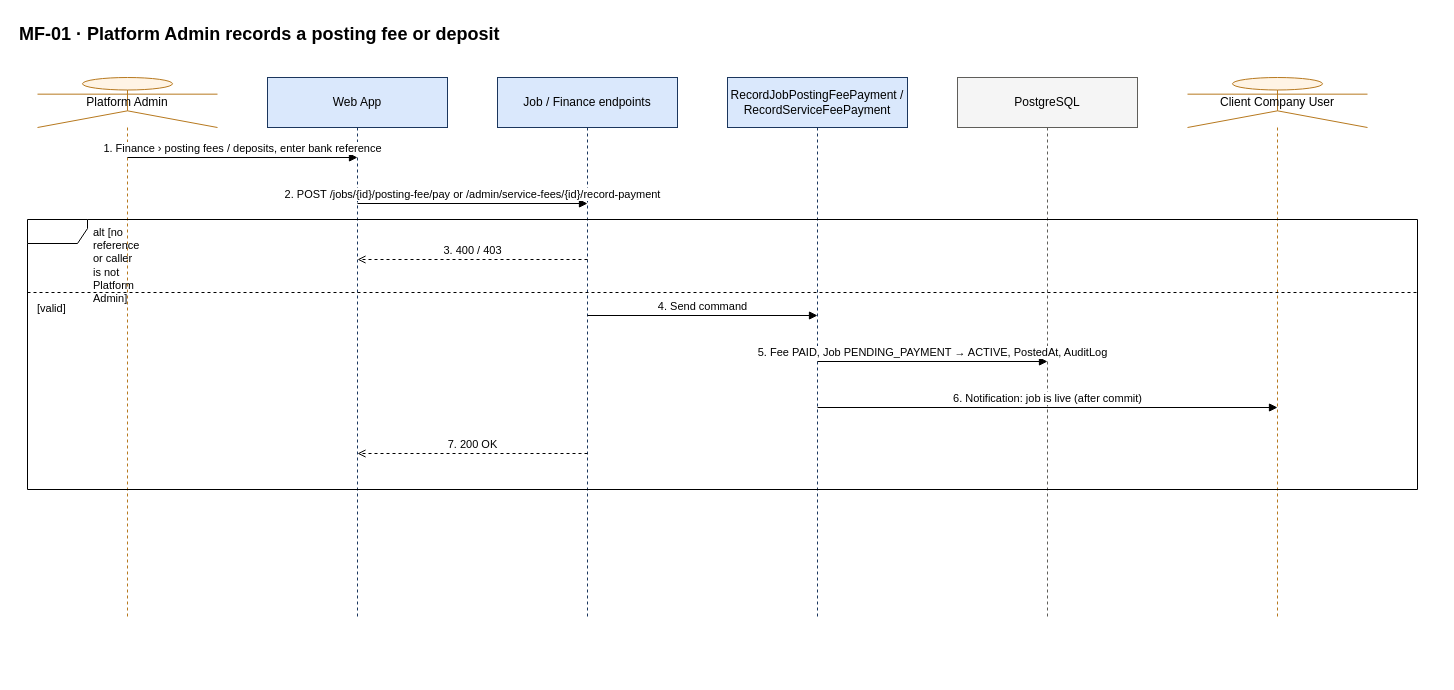
This is docs/diagrams/sequences/source/seq-mf01-posting-fee-activation.drawio from hoangqui794/hr-connect, a draw.io file, before an edit. Source tidied: cells renumbered, new cells numbered last; positions are measured from the earlier drawing's top-left corner, leaving out a move shared by most shapes. Both pictures are drawn from the tidied source at 100%, with x=0, y=0 at pixel (17, 17).
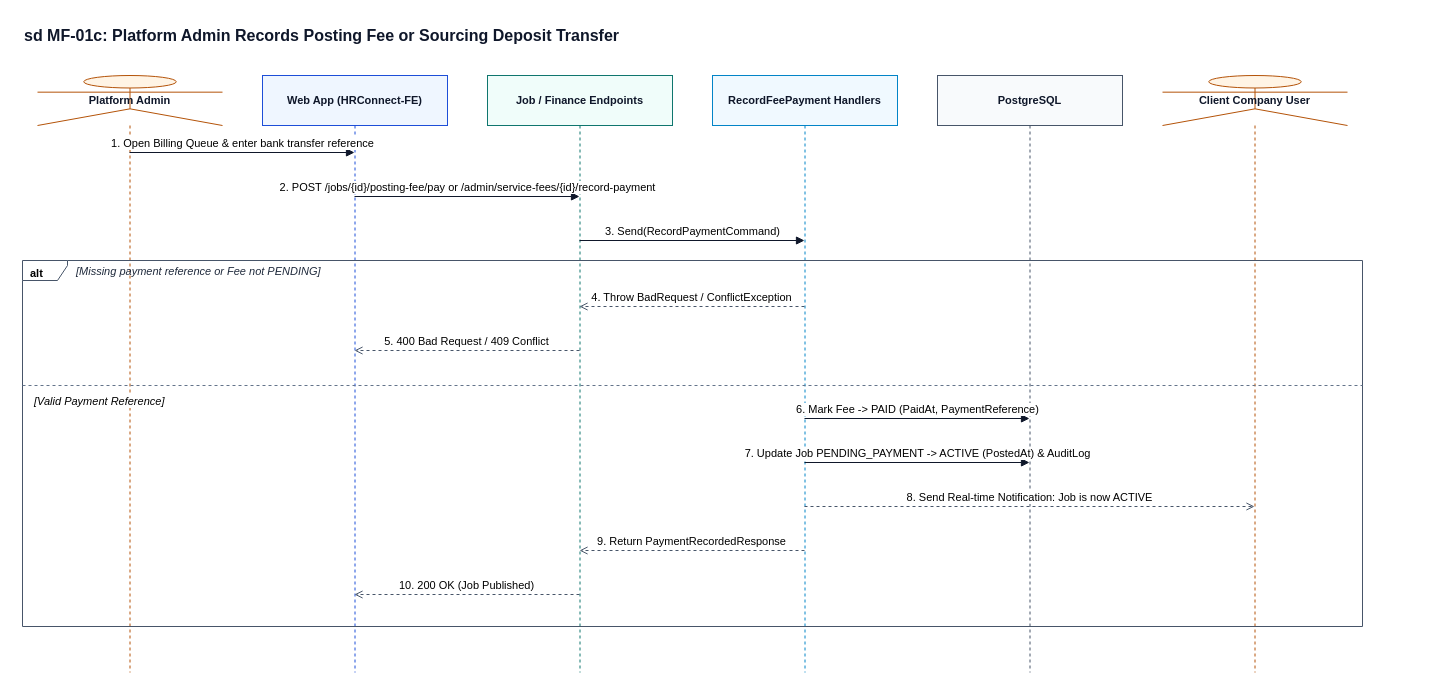
The same diagram, later.

What changed in the source:
```diff
@@
-    <mxCell id="2" value="MF-01 · Platform Admin records a posting fee or deposit" style="text;html=1;fontSize=18;fontStyle=1;align=left;" parent="1" vertex="1">
-      <mxGeometry width="1420" height="30" as="geometry" />
+    <mxCell id="2" value="sd MF-01c: Platform Admin Records Posting Fee or Sourcing Deposit Transfer" style="text;html=1;fontSize=16;fontStyle=1;align=left;fontFamily=Helvetica;fontColor=#0F172A;" parent="1" vertex="1">
+      <mxGeometry x="5" y="2" width="1350" height="28" as="geometry" />
     </mxCell>
-    <mxCell id="3" value="Platform Admin" style="shape=umlLifeline;participant=umlActor;perimeter=lifelinePerimeter;whiteSpace=wrap;html=1;size=50;fillColor=#FFF4E5;strokeColor=#B7791F;" parent="1" vertex="1">
-      <mxGeometry x="20" y="60" width="180" height="540" as="geometry" />
+    <mxCell id="3" value="Platform Admin" style="shape=umlLifeline;participant=umlActor;perimeter=lifelinePerimeter;whiteSpace=wrap;html=1;size=50;fillColor=#FFF4E5;strokeColor=#B45309;fontStyle=1;fontSize=11;fontFamily=Helvetica;fontColor=#0F172A;" parent="1" vertex="1">
+      <mxGeometry x="20" y="58" width="185" height="597" as="geometry" />
     </mxCell>
-    <mxCell id="4" value="Web App" style="shape=umlLifeline;perimeter=lifelinePerimeter;whiteSpace=wrap;html=1;size=50;fillColor=#DAE8FC;strokeColor=#1B365D;" parent="1" vertex="1">
-      <mxGeometry x="250" y="60" width="180" height="540" as="geometry" />
+    <mxCell id="4" value="Web App (HRConnect-FE)" style="shape=umlLifeline;perimeter=lifelinePerimeter;whiteSpace=wrap;html=1;size=50;fillColor=#EFF6FF;strokeColor=#1D4ED8;fontStyle=1;fontSize=11;fontFamily=Helvetica;fontColor=#0F172A;" parent="1" vertex="1">
+      <mxGeometry x="245" y="58" width="185" height="597" as="geometry" />
     </mxCell>
-    <mxCell id="5" value="Job / Finance endpoints" style="shape=umlLifeline;perimeter=lifelinePerimeter;whiteSpace=wrap;html=1;size=50;fillColor=#DAE8FC;strokeColor=#1B365D;" parent="1" vertex="1">
-      <mxGeometry x="480" y="60" width="180" height="540" as="geometry" />
+    <mxCell id="5" value="Job / Finance Endpoints" style="shape=umlLifeline;perimeter=lifelinePerimeter;whiteSpace=wrap;html=1;size=50;fillColor=#F0FDFA;strokeColor=#0F766E;fontStyle=1;fontSize=11;fontFamily=Helvetica;fontColor=#0F172A;" parent="1" vertex="1">
+      <mxGeometry x="470" y="58" width="185" height="597" as="geometry" />
     </mxCell>
-    <mxCell id="6" value="RecordJobPostingFeePayment / RecordServiceFeePayment" style="shape=umlLifeline;perimeter=lifelinePerimeter;whiteSpace=wrap;html=1;size=50;fillColor=#DAE8FC;strokeColor=#1B365D;" parent="1" vertex="1">
-      <mxGeometry x="710" y="60" width="180" height="540" as="geometry" />
+    <mxCell id="6" value="RecordFeePayment Handlers" style="shape=umlLifeline;perimeter=lifelinePerimeter;whiteSpace=wrap;html=1;size=50;fillColor=#F0F9FF;strokeColor=#0284C7;fontStyle=1;fontSize=11;fontFamily=Helvetica;fontColor=#0F172A;" parent="1" vertex="1">
+      <mxGeometry x="695" y="58" width="185" height="597" as="geometry" />
     </mxCell>
-    <mxCell id="7" value="PostgreSQL" style="shape=umlLifeline;perimeter=lifelinePerimeter;whiteSpace=wrap;html=1;size=50;fillColor=#F5F5F5;strokeColor=#5F5E5A;" parent="1" vertex="1">
-      <mxGeometry x="940" y="60" width="180" height="540" as="geometry" />
+    <mxCell id="7" value="PostgreSQL" style="shape=umlLifeline;perimeter=lifelinePerimeter;whiteSpace=wrap;html=1;size=50;fillColor=#F8FAFC;strokeColor=#475569;fontStyle=1;fontSize=11;fontFamily=Helvetica;fontColor=#0F172A;" parent="1" vertex="1">
+      <mxGeometry x="920" y="58" width="185" height="597" as="geometry" />
     </mxCell>
-    <mxCell id="8" value="Client Company User" style="shape=umlLifeline;participant=umlActor;perimeter=lifelinePerimeter;whiteSpace=wrap;html=1;size=50;fillColor=#FFF4E5;strokeColor=#B7791F;" parent="1" vertex="1">
-      <mxGeometry x="1170" y="60" width="180" height="540" as="geometry" />
+    <mxCell id="8" value="Client Company User" style="shape=umlLifeline;participant=umlActor;perimeter=lifelinePerimeter;whiteSpace=wrap;html=1;size=50;fillColor=#FFF4E5;strokeColor=#B45309;fontStyle=1;fontSize=11;fontFamily=Helvetica;fontColor=#0F172A;" parent="1" vertex="1">
+      <mxGeometry x="1145" y="58" width="185" height="597" as="geometry" />
     </mxCell>
-    <mxCell id="9" value="1. Finance › posting fees / deposits, enter bank reference" style="html=1;verticalAlign=bottom;endArrow=block;endFill=1;fontSize=11;labelBackgroundColor=#FFFFFF;" parent="1" edge="1">
-      <mxGeometry relative="1" as="geometry">
-        <mxPoint x="110" y="140" as="sourcePoint" />
-        <mxPoint x="340" y="140" as="targetPoint" />
-      </mxGeometry>
-    </mxCell>
+    <mxCell id="18" value="alt" style="shape=umlFrame;whiteSpace=wrap;html=1;width=45;height=20;boundedLbl=1;verticalAlign=top;align=left;spacingLeft=6;fontStyle=1;fontSize=11;fontFamily=Helvetica;fillColor=none;strokeColor=#475569;" parent="1" vertex="1">
+      <mxGeometry x="5" y="243" width="1340" height="366" as="geometry" />
+    </mxCell>
+    <mxCell id="19" value="[Missing payment reference or Fee not PENDING]" style="text;html=1;align=left;verticalAlign=middle;fontStyle=2;fontSize=11;fontFamily=Helvetica;fontColor=#1E293B;" parent="1" vertex="1">
+      <mxGeometry x="57" y="244" width="450" height="20" as="geometry" />
+    </mxCell>
+    <mxCell id="20" value="[Valid Payment Reference]" style="line;strokeWidth=1;dashed=1;html=1;align=left;verticalAlign=top;spacingLeft=10;labelPosition=center;fontStyle=2;fontSize=11;fontFamily=Helvetica;fillColor=none;strokeColor=#64748B;labelBackgroundColor=#FFFFFF;" parent="1" vertex="1">
+      <mxGeometry x="5" y="363" width="1340" height="10" as="geometry" />
+    </mxCell>
+    <mxCell id="21" value="1. Open Billing Queue &amp; enter bank transfer reference" style="html=1;verticalAlign=bottom;endArrow=block;endFill=1;strokeColor=#0F172A;fontSize=11;fontFamily=Helvetica;labelBackgroundColor=#FFFFFF;" parent="1" edge="1">
+      <mxGeometry relative="1" as="geometry">
+        <mxPoint x="112" y="135" as="sourcePoint" />
+        <mxPoint x="337" y="135" as="targetPoint" />
+      </mxGeometry>
+    </mxCell>
-    <mxCell id="10" value="2. POST /jobs/{id}/posting-fee/pay or /admin/service-fees/{id}/record-payment" style="html=1;verticalAlign=bottom;endArrow=block;endFill=1;fontSize=11;labelBackgroundColor=#FFFFFF;" parent="1" edge="1">
+    <mxCell id="10" value="2. POST /jobs/{id}/posting-fee/pay or /admin/service-fees/{id}/record-payment" style="html=1;verticalAlign=bottom;endArrow=block;endFill=1;strokeColor=#0F172A;fontSize=11;fontFamily=Helvetica;labelBackgroundColor=#FFFFFF;" parent="1" edge="1">
       <mxGeometry relative="1" as="geometry">
-        <mxPoint x="340" y="186" as="sourcePoint" />
-        <mxPoint x="570" y="186" as="targetPoint" />
+        <mxPoint x="337" y="179" as="sourcePoint" />
+        <mxPoint x="562" y="179" as="targetPoint" />
       </mxGeometry>
     </mxCell>
-    <mxCell id="11" value="3. 400 / 403" style="html=1;verticalAlign=bottom;dashed=1;endArrow=open;fontSize=11;labelBackgroundColor=#FFFFFF;" parent="1" edge="1">
-      <mxGeometry relative="1" as="geometry">
-        <mxPoint x="570" y="242" as="sourcePoint" />
-        <mxPoint x="340" y="242" as="targetPoint" />
-      </mxGeometry>
-    </mxCell>
-    <mxCell id="12" value="4. Send command" style="html=1;verticalAlign=bottom;endArrow=block;endFill=1;fontSize=11;labelBackgroundColor=#FFFFFF;" parent="1" edge="1">
-      <mxGeometry relative="1" as="geometry">
-        <mxPoint x="570" y="298" as="sourcePoint" />
-        <mxPoint x="800" y="298" as="targetPoint" />
-      </mxGeometry>
-    </mxCell>
-    <mxCell id="13" value="5. Fee PAID, Job PENDING_PAYMENT → ACTIVE, PostedAt, AuditLog" style="html=1;verticalAlign=bottom;endArrow=block;endFill=1;fontSize=11;labelBackgroundColor=#FFFFFF;" parent="1" edge="1">
-      <mxGeometry relative="1" as="geometry">
-        <mxPoint x="800" y="344" as="sourcePoint" />
-        <mxPoint x="1030" y="344" as="targetPoint" />
-      </mxGeometry>
-    </mxCell>
-    <mxCell id="14" value="6. Notification: job is live (after commit)" style="html=1;verticalAlign=bottom;endArrow=block;endFill=1;fontSize=11;labelBackgroundColor=#FFFFFF;" parent="1" edge="1">
-      <mxGeometry relative="1" as="geometry">
-        <mxPoint x="800" y="390" as="sourcePoint" />
-        <mxPoint x="1260" y="390" as="targetPoint" />
-      </mxGeometry>
-    </mxCell>
-    <mxCell id="15" value="7. 200 OK" style="html=1;verticalAlign=bottom;dashed=1;endArrow=open;fontSize=11;labelBackgroundColor=#FFFFFF;" parent="1" edge="1">
-      <mxGeometry relative="1" as="geometry">
-        <mxPoint x="570" y="436" as="sourcePoint" />
-        <mxPoint x="340" y="436" as="targetPoint" />
-      </mxGeometry>
-    </mxCell>
-    <mxCell id="16" value="alt [no reference or caller is not Platform Admin]" style="shape=umlFrame;whiteSpace=wrap;html=1;width=60;height=24;boundedLbl=1;verticalAlign=top;align=left;spacingLeft=64;fontSize=11;fillColor=none;" parent="1" vertex="1">
-      <mxGeometry x="10" y="202" width="1390" height="270" as="geometry" />
-    </mxCell>
-    <mxCell id="17" value="[valid]" style="line;strokeWidth=1;dashed=1;html=1;align=left;verticalAlign=top;spacingLeft=8;labelPosition=center;fontSize=11;fillColor=none;" parent="1" vertex="1">
-      <mxGeometry x="10" y="270" width="1390" height="10" as="geometry" />
-    </mxCell>
+    <mxCell id="22" value="3. Send(RecordPaymentCommand)" style="html=1;verticalAlign=bottom;endArrow=block;endFill=1;strokeColor=#0F172A;fontSize=11;fontFamily=Helvetica;labelBackgroundColor=#FFFFFF;" parent="1" edge="1">
+      <mxGeometry relative="1" as="geometry">
+        <mxPoint x="562" y="223" as="sourcePoint" />
+        <mxPoint x="787" y="223" as="targetPoint" />
+      </mxGeometry>
+    </mxCell>
+    <mxCell id="23" value="4. Throw BadRequest / ConflictException" style="html=1;verticalAlign=bottom;dashed=1;endArrow=open;endFill=0;strokeColor=#475569;fontSize=11;fontFamily=Helvetica;labelBackgroundColor=#FFFFFF;" parent="1" edge="1">
+      <mxGeometry relative="1" as="geometry">
+        <mxPoint x="787" y="289" as="sourcePoint" />
+        <mxPoint x="562" y="289" as="targetPoint" />
+      </mxGeometry>
+    </mxCell>
+    <mxCell id="24" value="5. 400 Bad Request / 409 Conflict" style="html=1;verticalAlign=bottom;dashed=1;endArrow=open;endFill=0;strokeColor=#475569;fontSize=11;fontFamily=Helvetica;labelBackgroundColor=#FFFFFF;" parent="1" edge="1">
+      <mxGeometry relative="1" as="geometry">
+        <mxPoint x="562" y="333" as="sourcePoint" />
+        <mxPoint x="337" y="333" as="targetPoint" />
+      </mxGeometry>
+    </mxCell>
+    <mxCell id="25" value="6. Mark Fee -&gt; PAID (PaidAt, PaymentReference)" style="html=1;verticalAlign=bottom;endArrow=block;endFill=1;strokeColor=#0F172A;fontSize=11;fontFamily=Helvetica;labelBackgroundColor=#FFFFFF;" parent="1" edge="1">
+      <mxGeometry relative="1" as="geometry">
+        <mxPoint x="787" y="401" as="sourcePoint" />
+        <mxPoint x="1012" y="401" as="targetPoint" />
+      </mxGeometry>
+    </mxCell>
+    <mxCell id="26" value="7. Update Job PENDING_PAYMENT -&gt; ACTIVE (PostedAt) &amp; AuditLog" style="html=1;verticalAlign=bottom;endArrow=block;endFill=1;strokeColor=#0F172A;fontSize=11;fontFamily=Helvetica;labelBackgroundColor=#FFFFFF;" parent="1" edge="1">
+      <mxGeometry relative="1" as="geometry">
+        <mxPoint x="787" y="445" as="sourcePoint" />
+        <mxPoint x="1012" y="445" as="targetPoint" />
+      </mxGeometry>
+    </mxCell>
+    <mxCell id="27" value="8. Send Real-time Notification: Job is now ACTIVE" style="html=1;verticalAlign=bottom;dashed=1;endArrow=open;endFill=0;strokeColor=#475569;fontSize=11;fontFamily=Helvetica;labelBackgroundColor=#FFFFFF;" parent="1" edge="1">
+      <mxGeometry relative="1" as="geometry">
+        <mxPoint x="787" y="489" as="sourcePoint" />
+        <mxPoint x="1237" y="489" as="targetPoint" />
+      </mxGeometry>
+    </mxCell>
+    <mxCell id="28" value="9. Return PaymentRecordedResponse" style="html=1;verticalAlign=bottom;dashed=1;endArrow=open;endFill=0;strokeColor=#475569;fontSize=11;fontFamily=Helvetica;labelBackgroundColor=#FFFFFF;" parent="1" edge="1">
+      <mxGeometry relative="1" as="geometry">
+        <mxPoint x="787" y="533" as="sourcePoint" />
+        <mxPoint x="562" y="533" as="targetPoint" />
+      </mxGeometry>
+    </mxCell>
+    <mxCell id="29" value="10. 200 OK (Job Published)" style="html=1;verticalAlign=bottom;dashed=1;endArrow=open;endFill=0;strokeColor=#475569;fontSize=11;fontFamily=Helvetica;labelBackgroundColor=#FFFFFF;" parent="1" edge="1">
+      <mxGeometry relative="1" as="geometry">
+        <mxPoint x="562" y="577" as="sourcePoint" />
+        <mxPoint x="337" y="577" as="targetPoint" />
+      </mxGeometry>
+    </mxCell>
```
